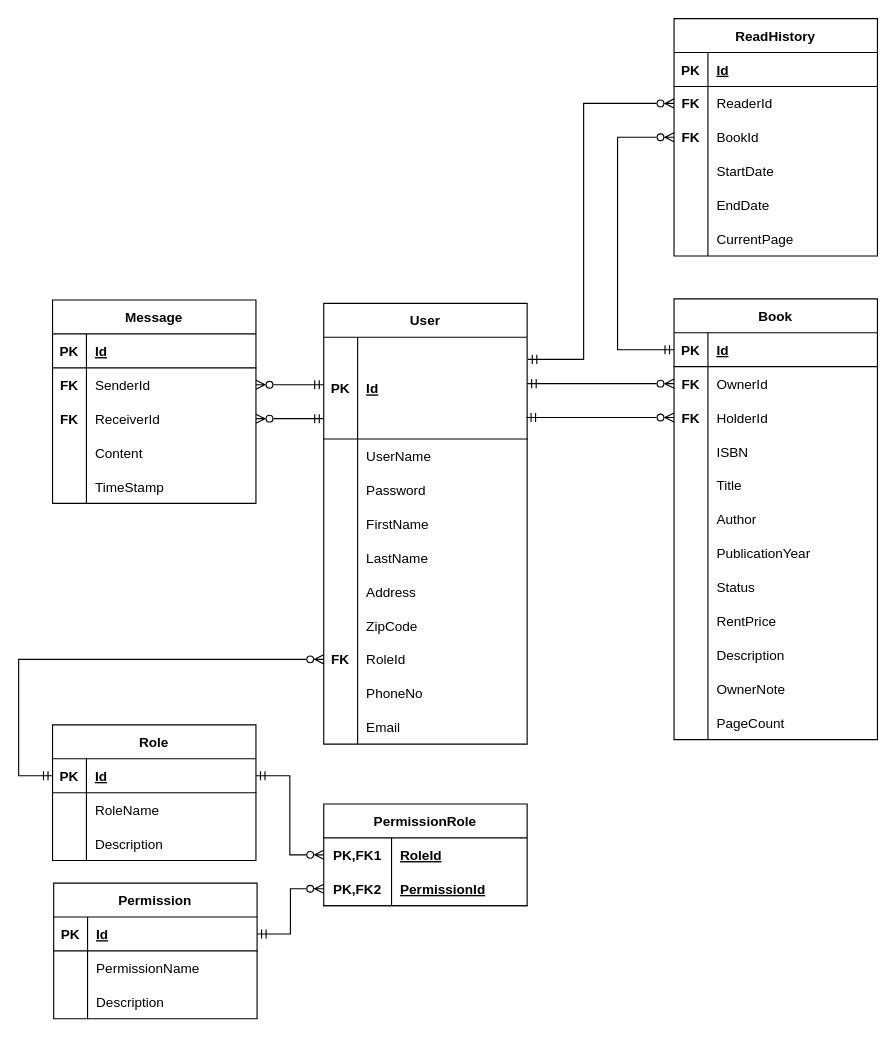
This is BluePrint/BookShareEntityDiagram.drawio from Minh-BuiQuang/CSIS3175TermProject, a draw.io file, before an edit. Source tidied: cells renumbered, new cells numbered last; positions are measured from the earlier drawing's top-left corner, leaving out a move shared by most shapes. Both pictures are drawn from the tidied source at 113%, with x=0, y=0 at pixel (18, 18).
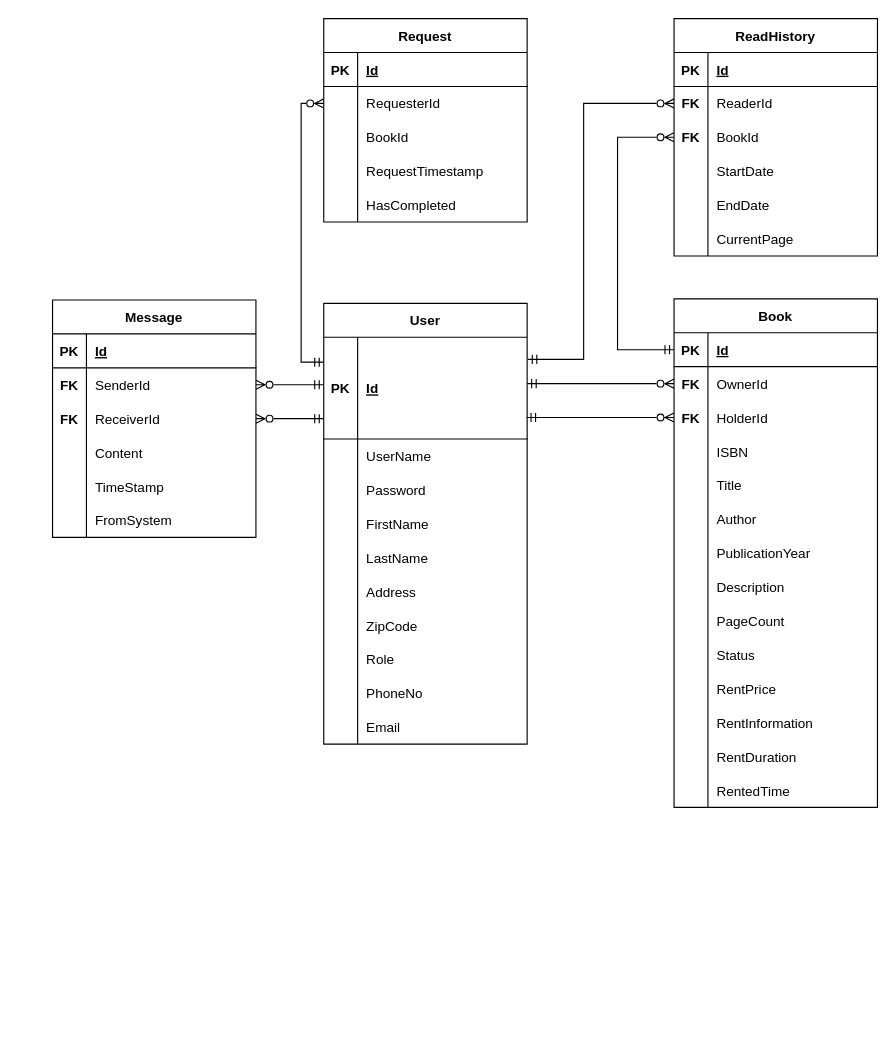
Above is the later version.

Commit message (it also covers changes not shown here):
Export log; update entity diagram and final report

The change refers to these unchanged cells:
```xml
<mxCell id="3" style="shape=tableRow;horizontal=0;startSize=0;swimlaneHead=0;swimlaneBody=0;fillColor=none;points=[[0,0.5],[1,0.5]];portConstraint=eastwest;top=0;left=0;right=0;bottom=1;" parent="2" vertex="1">
  <mxGeometry y="30" width="180" height="90" as="geometry" />
</mxCell>
<mxCell id="24" style="shape=tableRow;horizontal=0;startSize=0;swimlaneHead=0;swimlaneBody=0;fillColor=none;points=[[0,0.5],[1,0.5]];portConstraint=eastwest;top=0;left=0;right=0;bottom=0;" parent="2" vertex="1">
  <mxGeometry y="300" width="180" height="30" as="geometry" />
</mxCell>
```

What changed in the source:
```diff
@@
-    <mxCell id="25" value="FK" style="shape=partialRectangle;fillColor=none;top=0;left=0;bottom=0;right=0;overflow=hidden;fontStyle=1;" parent="24" vertex="1">
+    <mxCell id="25" style="shape=partialRectangle;fillColor=none;top=0;left=0;bottom=0;right=0;overflow=hidden;fontStyle=1;" parent="24" vertex="1">
       <mxGeometry width="30" height="30" as="geometry" />
     </mxCell>
-    <mxCell id="26" value="RoleId" style="shape=partialRectangle;fillColor=none;top=0;left=0;bottom=0;right=0;align=left;spacingLeft=6;overflow=hidden;" parent="24" vertex="1">
+    <mxCell id="26" value="Role" style="shape=partialRectangle;fillColor=none;top=0;left=0;bottom=0;right=0;align=left;spacingLeft=6;overflow=hidden;" parent="24" vertex="1">
       <mxGeometry x="30" width="150" height="30" as="geometry" />
     </mxCell>
@@
-    <mxCell id="33" value="Role" style="shape=table;startSize=30;childLayout=tableLayout;rowLines=0;fontStyle=1;align=center;" parent="1" vertex="1">
-      <mxGeometry x="30" y="625" width="180" height="120" as="geometry" />
-    </mxCell>
-    <mxCell id="34" style="shape=tableRow;horizontal=0;startSize=0;swimlaneHead=0;swimlaneBody=0;fillColor=none;points=[[0,0.5],[1,0.5]];portConstraint=eastwest;top=0;left=0;right=0;bottom=1;" parent="33" vertex="1">
-      <mxGeometry y="30" width="180" height="30" as="geometry" />
-    </mxCell>
-    <mxCell id="35" value="PK" style="shape=partialRectangle;fillColor=none;top=0;left=0;bottom=0;right=0;fontStyle=1;overflow=hidden;" parent="34" vertex="1">
-      <mxGeometry width="30" height="30" as="geometry" />
-    </mxCell>
-    <mxCell id="36" value="Id" style="shape=partialRectangle;fillColor=none;top=0;left=0;bottom=0;right=0;align=left;spacingLeft=6;fontStyle=5;overflow=hidden;" parent="34" vertex="1">
-      <mxGeometry x="30" width="150" height="30" as="geometry" />
-    </mxCell>
-    <mxCell id="37" style="shape=tableRow;horizontal=0;startSize=0;swimlaneHead=0;swimlaneBody=0;fillColor=none;top=0;left=0;right=0;bottom=0;" parent="33" vertex="1">
-      <mxGeometry y="60" width="180" height="30" as="geometry" />
-    </mxCell>
-    <mxCell id="38" style="shape=partialRectangle;fillColor=none;top=0;left=0;bottom=0;right=0;overflow=hidden;" parent="37" vertex="1">
-      <mxGeometry width="30" height="30" as="geometry" />
-    </mxCell>
-    <mxCell id="39" value="RoleName" style="shape=partialRectangle;fillColor=none;top=0;left=0;bottom=0;right=0;align=left;spacingLeft=6;overflow=hidden;" parent="37" vertex="1">
-      <mxGeometry x="30" width="150" height="30" as="geometry" />
-    </mxCell>
-    <mxCell id="40" style="shape=tableRow;horizontal=0;startSize=0;swimlaneHead=0;swimlaneBody=0;fillColor=none;top=0;left=0;right=0;bottom=0;" parent="33" vertex="1">
-      <mxGeometry y="90" width="180" height="30" as="geometry" />
-    </mxCell>
-    <mxCell id="41" style="shape=partialRectangle;fillColor=none;top=0;left=0;bottom=0;right=0;overflow=hidden;" parent="40" vertex="1">
-      <mxGeometry width="30" height="30" as="geometry" />
-    </mxCell>
-    <mxCell id="42" value="Description" style="shape=partialRectangle;fillColor=none;top=0;left=0;bottom=0;right=0;align=left;spacingLeft=6;overflow=hidden;" parent="40" vertex="1">
-      <mxGeometry x="30" width="150" height="30" as="geometry" />
-    </mxCell>
-    <mxCell id="43" value="Permission" style="shape=table;startSize=30;childLayout=tableLayout;rowLines=0;fontStyle=1;align=center;" parent="1" vertex="1">
-      <mxGeometry x="31" y="765" width="180" height="120" as="geometry" />
-    </mxCell>
-    <mxCell id="44" style="shape=tableRow;horizontal=0;startSize=0;swimlaneHead=0;swimlaneBody=0;fillColor=none;points=[[0,0.5],[1,0.5]];portConstraint=eastwest;top=0;left=0;right=0;bottom=1;" parent="43" vertex="1">
-      <mxGeometry y="30" width="180" height="30" as="geometry" />
-    </mxCell>
-    <mxCell id="45" value="PK" style="shape=partialRectangle;fillColor=none;top=0;left=0;bottom=0;right=0;fontStyle=1;overflow=hidden;" parent="44" vertex="1">
-      <mxGeometry width="30" height="30" as="geometry" />
-    </mxCell>
-    <mxCell id="46" value="Id" style="shape=partialRectangle;fillColor=none;top=0;left=0;bottom=0;right=0;align=left;spacingLeft=6;fontStyle=5;overflow=hidden;" parent="44" vertex="1">
-      <mxGeometry x="30" width="150" height="30" as="geometry" />
-    </mxCell>
-    <mxCell id="47" style="shape=tableRow;horizontal=0;startSize=0;swimlaneHead=0;swimlaneBody=0;fillColor=none;top=0;left=0;right=0;bottom=0;" parent="43" vertex="1">
-      <mxGeometry y="60" width="180" height="30" as="geometry" />
-    </mxCell>
-    <mxCell id="48" style="shape=partialRectangle;fillColor=none;top=0;left=0;bottom=0;right=0;overflow=hidden;" parent="47" vertex="1">
-      <mxGeometry width="30" height="30" as="geometry" />
-    </mxCell>
-    <mxCell id="49" value="PermissionName" style="shape=partialRectangle;fillColor=none;top=0;left=0;bottom=0;right=0;align=left;spacingLeft=6;overflow=hidden;" parent="47" vertex="1">
-      <mxGeometry x="30" width="150" height="30" as="geometry" />
-    </mxCell>
-    <mxCell id="50" style="shape=tableRow;horizontal=0;startSize=0;swimlaneHead=0;swimlaneBody=0;fillColor=none;top=0;left=0;right=0;bottom=0;" parent="43" vertex="1">
-      <mxGeometry y="90" width="180" height="30" as="geometry" />
-    </mxCell>
-    <mxCell id="51" style="shape=partialRectangle;fillColor=none;top=0;left=0;bottom=0;right=0;overflow=hidden;" parent="50" vertex="1">
-      <mxGeometry width="30" height="30" as="geometry" />
-    </mxCell>
-    <mxCell id="52" value="Description" style="shape=partialRectangle;fillColor=none;top=0;left=0;bottom=0;right=0;align=left;spacingLeft=6;overflow=hidden;" parent="50" vertex="1">
-      <mxGeometry x="30" width="150" height="30" as="geometry" />
-    </mxCell>
-    <mxCell id="53" value="PermissionRole" style="shape=table;startSize=30;childLayout=tableLayout;rowLines=0;fontStyle=1;align=center;" parent="1" vertex="1">
-      <mxGeometry x="270" y="695" width="180" height="90" as="geometry" />
-    </mxCell>
-    <mxCell id="54" style="shape=tableRow;horizontal=0;startSize=0;swimlaneHead=0;swimlaneBody=0;fillColor=none;points=[[0,0.5],[1,0.5]];portConstraint=eastwest;top=0;left=0;right=0;bottom=0;" parent="53" vertex="1">
-      <mxGeometry y="30" width="180" height="30" as="geometry" />
-    </mxCell>
-    <mxCell id="55" value="PK,FK1" style="shape=partialRectangle;fillColor=none;top=0;left=0;bottom=0;right=0;fontStyle=1;overflow=hidden;" parent="54" vertex="1">
-      <mxGeometry width="60" height="30" as="geometry" />
-    </mxCell>
-    <mxCell id="56" value="RoleId" style="shape=partialRectangle;fillColor=none;top=0;left=0;bottom=0;right=0;align=left;spacingLeft=6;fontStyle=5;overflow=hidden;" parent="54" vertex="1">
-      <mxGeometry x="60" width="120" height="30" as="geometry" />
-    </mxCell>
-    <mxCell id="57" style="shape=tableRow;horizontal=0;startSize=0;swimlaneHead=0;swimlaneBody=0;fillColor=none;points=[[0,0.5],[1,0.5]];portConstraint=eastwest;top=0;left=0;right=0;bottom=1;" parent="53" vertex="1">
-      <mxGeometry y="60" width="180" height="30" as="geometry" />
-    </mxCell>
-    <mxCell id="58" value="PK,FK2" style="shape=partialRectangle;fillColor=none;top=0;left=0;bottom=0;right=0;fontStyle=1;overflow=hidden;" parent="57" vertex="1">
-      <mxGeometry width="60" height="30" as="geometry" />
-    </mxCell>
-    <mxCell id="59" value="PermissionId" style="shape=partialRectangle;fillColor=none;top=0;left=0;bottom=0;right=0;align=left;spacingLeft=6;fontStyle=5;overflow=hidden;" parent="57" vertex="1">
-      <mxGeometry x="60" width="120" height="30" as="geometry" />
-    </mxCell>
-    <mxCell id="60" style="edgeStyle=orthogonalEdgeStyle;rounded=0;jettySize=auto;html=1;startArrow=ERmandOne;startFill=0;endArrow=ERzeroToMany;endFill=0;" parent="1" edge="1" source="34" target="54">
-      <mxGeometry relative="1" as="geometry" />
-    </mxCell>
-    <mxCell id="61" style="edgeStyle=orthogonalEdgeStyle;rounded=0;jettySize=auto;html=1;endArrow=ERzeroToMany;endFill=0;startArrow=ERmandOne;startFill=0;" parent="1" edge="1" source="44" target="57">
-      <mxGeometry relative="1" as="geometry" />
-    </mxCell>
-    <mxCell id="62" style="edgeStyle=orthogonalEdgeStyle;rounded=0;jettySize=auto;html=1;endArrow=ERmandOne;endFill=0;startArrow=ERzeroToMany;startFill=0;" parent="1" edge="1" source="24" target="34">
-      <mxGeometry relative="1" as="geometry">
-        <Array as="points">
-          <mxPoint y="567" />
-          <mxPoint y="670" />
-        </Array>
-      </mxGeometry>
-    </mxCell>
     <mxCell id="63" value="Book" style="shape=table;startSize=30;childLayout=tableLayout;rowLines=0;fontStyle=1;align=center;" parent="1" vertex="1">
-      <mxGeometry x="580" y="248" width="180" height="390" as="geometry" />
+      <mxGeometry x="580" y="248" width="180" height="450" as="geometry" />
     </mxCell>
@@
+    <mxCell id="91" style="shape=tableRow;horizontal=0;startSize=0;swimlaneHead=0;swimlaneBody=0;fillColor=none;top=0;left=0;right=0;bottom=0;" parent="63" vertex="1">
+      <mxGeometry y="240" width="180" height="30" as="geometry" />
+    </mxCell>
+    <mxCell id="92" style="shape=partialRectangle;fillColor=none;top=0;left=0;bottom=0;right=0;overflow=hidden;" parent="91" vertex="1">
+      <mxGeometry width="30" height="30" as="geometry" />
+    </mxCell>
+    <mxCell id="93" value="Description" style="shape=partialRectangle;fillColor=none;top=0;left=0;bottom=0;right=0;align=left;spacingLeft=6;overflow=hidden;" parent="91" vertex="1">
+      <mxGeometry x="30" width="150" height="30" as="geometry" />
+    </mxCell>
+    <mxCell id="97" style="shape=tableRow;horizontal=0;startSize=0;swimlaneHead=0;swimlaneBody=0;fillColor=none;top=0;left=0;right=0;bottom=0;" parent="63" vertex="1">
+      <mxGeometry y="270" width="180" height="30" as="geometry" />
+    </mxCell>
+    <mxCell id="98" style="shape=partialRectangle;fillColor=none;top=0;left=0;bottom=0;right=0;overflow=hidden;" parent="97" vertex="1">
+      <mxGeometry width="30" height="30" as="geometry" />
+    </mxCell>
+    <mxCell id="99" value="PageCount" style="shape=partialRectangle;fillColor=none;top=0;left=0;bottom=0;right=0;align=left;spacingLeft=6;overflow=hidden;" parent="97" vertex="1">
+      <mxGeometry x="30" width="150" height="30" as="geometry" />
+    </mxCell>
     <mxCell id="85" style="shape=tableRow;horizontal=0;startSize=0;swimlaneHead=0;swimlaneBody=0;fillColor=none;top=0;left=0;right=0;bottom=0;" parent="63" vertex="1">
-      <mxGeometry y="240" width="180" height="30" as="geometry" />
+      <mxGeometry y="300" width="180" height="30" as="geometry" />
     </mxCell>
@@
     <mxCell id="88" style="shape=tableRow;horizontal=0;startSize=0;swimlaneHead=0;swimlaneBody=0;fillColor=none;top=0;left=0;right=0;bottom=0;" parent="63" vertex="1">
-      <mxGeometry y="270" width="180" height="30" as="geometry" />
+      <mxGeometry y="330" width="180" height="30" as="geometry" />
     </mxCell>
@@
-    <mxCell id="91" style="shape=tableRow;horizontal=0;startSize=0;swimlaneHead=0;swimlaneBody=0;fillColor=none;top=0;left=0;right=0;bottom=0;" parent="63" vertex="1">
-      <mxGeometry y="300" width="180" height="30" as="geometry" />
-    </mxCell>
-    <mxCell id="92" style="shape=partialRectangle;fillColor=none;top=0;left=0;bottom=0;right=0;overflow=hidden;" parent="91" vertex="1">
-      <mxGeometry width="30" height="30" as="geometry" />
-    </mxCell>
-    <mxCell id="93" value="Description" style="shape=partialRectangle;fillColor=none;top=0;left=0;bottom=0;right=0;align=left;spacingLeft=6;overflow=hidden;" parent="91" vertex="1">
-      <mxGeometry x="30" width="150" height="30" as="geometry" />
-    </mxCell>
     <mxCell id="94" style="shape=tableRow;horizontal=0;startSize=0;swimlaneHead=0;swimlaneBody=0;fillColor=none;top=0;left=0;right=0;bottom=0;" parent="63" vertex="1">
-      <mxGeometry y="330" width="180" height="30" as="geometry" />
+      <mxGeometry y="360" width="180" height="30" as="geometry" />
     </mxCell>
@@
-    <mxCell id="96" value="OwnerNote" style="shape=partialRectangle;fillColor=none;top=0;left=0;bottom=0;right=0;align=left;spacingLeft=6;overflow=hidden;" parent="94" vertex="1">
+    <mxCell id="96" value="RentInformation" style="shape=partialRectangle;fillColor=none;top=0;left=0;bottom=0;right=0;align=left;spacingLeft=6;overflow=hidden;" parent="94" vertex="1">
       <mxGeometry x="30" width="150" height="30" as="geometry" />
     </mxCell>
-    <mxCell id="97" style="shape=tableRow;horizontal=0;startSize=0;swimlaneHead=0;swimlaneBody=0;fillColor=none;top=0;left=0;right=0;bottom=0;" parent="63" vertex="1">
-      <mxGeometry y="360" width="180" height="30" as="geometry" />
-    </mxCell>
-    <mxCell id="98" style="shape=partialRectangle;fillColor=none;top=0;left=0;bottom=0;right=0;overflow=hidden;" parent="97" vertex="1">
-      <mxGeometry width="30" height="30" as="geometry" />
-    </mxCell>
-    <mxCell id="99" value="PageCount" style="shape=partialRectangle;fillColor=none;top=0;left=0;bottom=0;right=0;align=left;spacingLeft=6;overflow=hidden;" parent="97" vertex="1">
-      <mxGeometry x="30" width="150" height="30" as="geometry" />
-    </mxCell>
+    <mxCell id="141" style="shape=tableRow;horizontal=0;startSize=0;swimlaneHead=0;swimlaneBody=0;fillColor=none;top=0;left=0;right=0;bottom=0;" parent="63" vertex="1">
+      <mxGeometry y="390" width="180" height="30" as="geometry" />
+    </mxCell>
+    <mxCell id="142" style="shape=partialRectangle;fillColor=none;top=0;left=0;bottom=0;right=0;overflow=hidden;" parent="141" vertex="1">
+      <mxGeometry width="30" height="30" as="geometry" />
+    </mxCell>
+    <mxCell id="143" value="RentDuration" style="shape=partialRectangle;fillColor=none;top=0;left=0;bottom=0;right=0;align=left;spacingLeft=6;overflow=hidden;" parent="141" vertex="1">
+      <mxGeometry x="30" width="150" height="30" as="geometry" />
+    </mxCell>
+    <mxCell id="144" style="shape=tableRow;horizontal=0;startSize=0;swimlaneHead=0;swimlaneBody=0;fillColor=none;top=0;left=0;right=0;bottom=0;" parent="63" vertex="1">
+      <mxGeometry y="420" width="180" height="30" as="geometry" />
+    </mxCell>
+    <mxCell id="145" style="shape=partialRectangle;fillColor=none;top=0;left=0;bottom=0;right=0;overflow=hidden;" parent="144" vertex="1">
+      <mxGeometry width="30" height="30" as="geometry" />
+    </mxCell>
+    <mxCell id="146" value="RentedTime" style="shape=partialRectangle;fillColor=none;top=0;left=0;bottom=0;right=0;align=left;spacingLeft=6;overflow=hidden;" parent="144" vertex="1">
+      <mxGeometry x="30" width="150" height="30" as="geometry" />
+    </mxCell>
@@
     <mxCell id="102" value="Message" style="shape=table;startSize=30;childLayout=tableLayout;rowLines=0;fontStyle=1;align=center;" parent="1" vertex="1">
-      <mxGeometry x="30" y="249" width="180" height="180" as="geometry" />
+      <mxGeometry x="30" y="249" width="180" height="210" as="geometry" />
     </mxCell>
@@
+    <mxCell id="147" style="shape=tableRow;horizontal=0;startSize=0;swimlaneHead=0;swimlaneBody=0;fillColor=none;top=0;left=0;right=0;bottom=0;" parent="102" vertex="1">
+      <mxGeometry y="180" width="180" height="30" as="geometry" />
+    </mxCell>
+    <mxCell id="148" style="shape=partialRectangle;fillColor=none;top=0;left=0;bottom=0;right=0;overflow=hidden;" parent="147" vertex="1">
+      <mxGeometry width="30" height="30" as="geometry" />
+    </mxCell>
+    <mxCell id="149" value="FromSystem" style="shape=partialRectangle;fillColor=none;top=0;left=0;bottom=0;right=0;align=left;spacingLeft=6;overflow=hidden;" parent="147" vertex="1">
+      <mxGeometry x="30" width="150" height="30" as="geometry" />
+    </mxCell>
@@
+    <mxCell id="150" value="Request" style="shape=table;startSize=30;childLayout=tableLayout;rowLines=0;fontStyle=1;align=center;" parent="1" vertex="1">
+      <mxGeometry x="270" width="180" height="180" as="geometry" />
+    </mxCell>
+    <mxCell id="151" style="shape=tableRow;horizontal=0;startSize=0;swimlaneHead=0;swimlaneBody=0;fillColor=none;top=0;left=0;right=0;bottom=1;" parent="150" vertex="1">
+      <mxGeometry y="30" width="180" height="30" as="geometry" />
+    </mxCell>
+    <mxCell id="152" value="PK" style="shape=partialRectangle;fillColor=none;top=0;left=0;bottom=0;right=0;fontStyle=1;overflow=hidden;" parent="151" vertex="1">
+      <mxGeometry width="30" height="30" as="geometry" />
+    </mxCell>
+    <mxCell id="153" value="Id" style="shape=partialRectangle;fillColor=none;top=0;left=0;bottom=0;right=0;align=left;spacingLeft=6;fontStyle=5;overflow=hidden;" parent="151" vertex="1">
+      <mxGeometry x="30" width="150" height="30" as="geometry" />
+    </mxCell>
+    <mxCell id="154" style="shape=tableRow;horizontal=0;startSize=0;swimlaneHead=0;swimlaneBody=0;fillColor=none;points=[[0,0.5],[1,0.5]];portConstraint=eastwest;top=0;left=0;right=0;bottom=0;" parent="150" vertex="1">
+      <mxGeometry y="60" width="180" height="30" as="geometry" />
+    </mxCell>
+    <mxCell id="155" style="shape=partialRectangle;fillColor=none;top=0;left=0;bottom=0;right=0;overflow=hidden;" parent="154" vertex="1">
+      <mxGeometry width="30" height="30" as="geometry" />
+    </mxCell>
+    <mxCell id="156" value="RequesterId" style="shape=partialRectangle;fillColor=none;top=0;left=0;bottom=0;right=0;align=left;spacingLeft=6;overflow=hidden;" parent="154" vertex="1">
+      <mxGeometry x="30" width="150" height="30" as="geometry" />
+    </mxCell>
+    <mxCell id="157" style="shape=tableRow;horizontal=0;startSize=0;swimlaneHead=0;swimlaneBody=0;fillColor=none;top=0;left=0;right=0;bottom=0;" parent="150" vertex="1">
+      <mxGeometry y="90" width="180" height="30" as="geometry" />
+    </mxCell>
+    <mxCell id="158" style="shape=partialRectangle;fillColor=none;top=0;left=0;bottom=0;right=0;overflow=hidden;" parent="157" vertex="1">
+      <mxGeometry width="30" height="30" as="geometry" />
+    </mxCell>
+    <mxCell id="159" value="BookId" style="shape=partialRectangle;fillColor=none;top=0;left=0;bottom=0;right=0;align=left;spacingLeft=6;overflow=hidden;" parent="157" vertex="1">
+      <mxGeometry x="30" width="150" height="30" as="geometry" />
+    </mxCell>
+    <mxCell id="160" style="shape=tableRow;horizontal=0;startSize=0;swimlaneHead=0;swimlaneBody=0;fillColor=none;top=0;left=0;right=0;bottom=0;" parent="150" vertex="1">
+      <mxGeometry y="120" width="180" height="30" as="geometry" />
+    </mxCell>
+    <mxCell id="161" style="shape=partialRectangle;fillColor=none;top=0;left=0;bottom=0;right=0;overflow=hidden;" parent="160" vertex="1">
+      <mxGeometry width="30" height="30" as="geometry" />
+    </mxCell>
+    <mxCell id="162" value="RequestTimestamp" style="shape=partialRectangle;fillColor=none;top=0;left=0;bottom=0;right=0;align=left;spacingLeft=6;overflow=hidden;" parent="160" vertex="1">
+      <mxGeometry x="30" width="150" height="30" as="geometry" />
+    </mxCell>
+    <mxCell id="163" style="shape=tableRow;horizontal=0;startSize=0;swimlaneHead=0;swimlaneBody=0;fillColor=none;top=0;left=0;right=0;bottom=0;" parent="150" vertex="1">
+      <mxGeometry y="150" width="180" height="30" as="geometry" />
+    </mxCell>
+    <mxCell id="164" style="shape=partialRectangle;fillColor=none;top=0;left=0;bottom=0;right=0;overflow=hidden;" parent="163" vertex="1">
+      <mxGeometry width="30" height="30" as="geometry" />
+    </mxCell>
+    <mxCell id="165" value="HasCompleted" style="shape=partialRectangle;fillColor=none;top=0;left=0;bottom=0;right=0;align=left;spacingLeft=6;overflow=hidden;" parent="163" vertex="1">
+      <mxGeometry x="30" width="150" height="30" as="geometry" />
+    </mxCell>
+    <mxCell id="166" style="edgeStyle=orthogonalEdgeStyle;rounded=0;jettySize=auto;html=1;endArrow=ERmandOne;endFill=0;startArrow=ERzeroToMany;startFill=0;" parent="1" edge="1" source="154" target="3">
+      <mxGeometry relative="1" as="geometry">
+        <Array as="points">
+          <mxPoint x="250" y="75" />
+          <mxPoint x="250" y="304" />
+        </Array>
+      </mxGeometry>
+    </mxCell>
```
